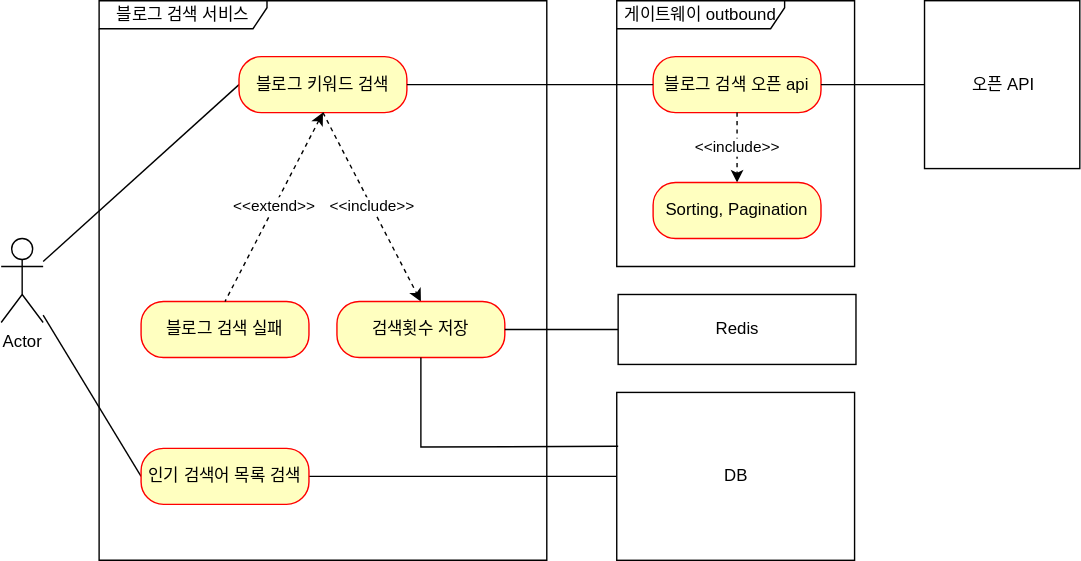
Before: blog-search-service.svg, a diagram exported from draw.io (ChangwookYang/blog-search-service). Source tidied: cells renumbered, new cells last; positions are measured from the earlier drawing's top-left corner, leaving out a move shared by most shapes.
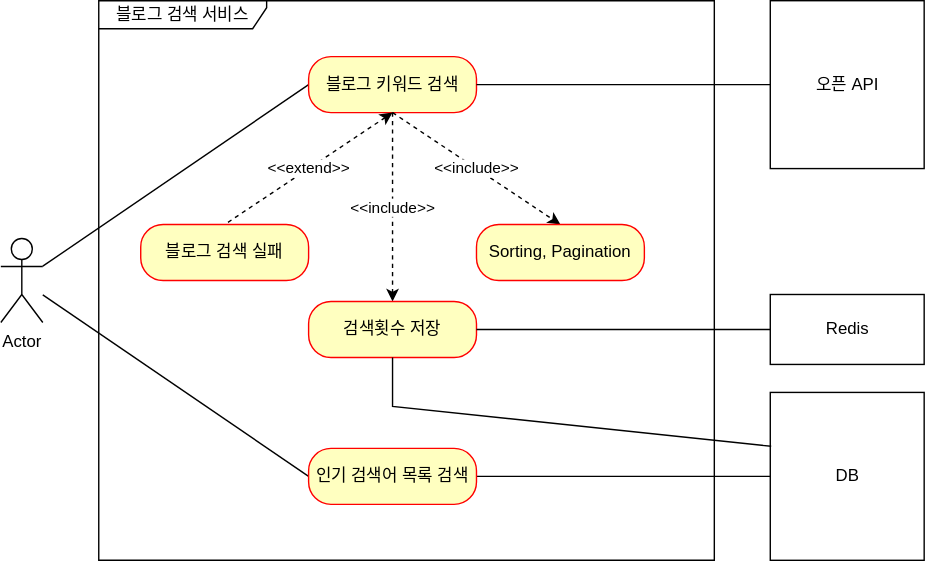
Later version of the same file.

Commit message:
#2 - 블로그 검색 서비스 use case 수정

Change to the diagram source:
```diff
@@ -9,66 +9,57 @@
       <mxGeometry y="170" width="30" height="60" as="geometry" />
     </mxCell>
     <mxCell id="4" value="블로그 검색 서비스" style="shape=umlFrame;whiteSpace=wrap;html=1;width=120;height=20;" parent="1" vertex="1">
-      <mxGeometry x="70" width="320" height="400" as="geometry" />
+      <mxGeometry x="70" width="440" height="400" as="geometry" />
     </mxCell>
     <mxCell id="5" style="edgeStyle=none;rounded=0;jettySize=auto;html=1;endArrow=none;endFill=0;entryX=0;entryY=0.5;entryDx=0;entryDy=0;" parent="1" edge="1" source="3" target="8">
       <mxGeometry relative="1" as="geometry" />
     </mxCell>
     <mxCell id="6" value="블로그 키워드 검색" style="rounded=1;whiteSpace=wrap;html=1;arcSize=40;fontColor=#000000;fillColor=#ffffc0;strokeColor=#ff0000;" parent="1" vertex="1">
-      <mxGeometry x="170" y="40" width="120" height="40" as="geometry" />
+      <mxGeometry x="220" y="40" width="120" height="40" as="geometry" />
     </mxCell>
     <mxCell id="7" style="edgeStyle=none;rounded=0;jettySize=auto;html=1;entryX=0;entryY=0.5;entryDx=0;entryDy=0;startArrow=none;startFill=0;endArrow=none;endFill=0;" parent="1" edge="1" source="8" target="12">
       <mxGeometry relative="1" as="geometry" />
     </mxCell>
     <mxCell id="8" value="인기 검색어 목록 검색" style="rounded=1;whiteSpace=wrap;html=1;arcSize=40;fontColor=#000000;fillColor=#ffffc0;strokeColor=#ff0000;" parent="1" vertex="1">
-      <mxGeometry x="100" y="320" width="120" height="40" as="geometry" />
+      <mxGeometry x="220" y="320" width="120" height="40" as="geometry" />
     </mxCell>
     <mxCell id="9" value="블로그 검색 실패" style="rounded=1;whiteSpace=wrap;html=1;arcSize=40;fontColor=#000000;fillColor=#ffffc0;strokeColor=#ff0000;" parent="1" vertex="1">
-      <mxGeometry x="100" y="215" width="120" height="40" as="geometry" />
+      <mxGeometry x="100" y="160" width="120" height="40" as="geometry" />
     </mxCell>
     <mxCell id="10" value="&amp;lt;&amp;lt;extend&amp;gt;&amp;gt;" style="edgeStyle=none;rounded=0;jettySize=auto;html=1;entryX=0.5;entryY=0;entryDx=0;entryDy=0;endArrow=none;endFill=0;exitX=0.5;exitY=1;exitDx=0;exitDy=0;dashed=1;startArrow=classic;startFill=1;" parent="1" edge="1" source="6" target="9">
       <mxGeometry relative="1" as="geometry" />
     </mxCell>
-    <mxCell id="11" value="블로그 검색 오픈 api" style="rounded=1;whiteSpace=wrap;html=1;arcSize=40;fontColor=#000000;fillColor=#ffffc0;strokeColor=#ff0000;" parent="1" vertex="1">
-      <mxGeometry x="466" y="40" width="120" height="40" as="geometry" />
-    </mxCell>
     <mxCell id="12" value="DB" style="html=1;dashed=0;whitespace=wrap;" parent="1" vertex="1">
-      <mxGeometry x="440" y="280" width="170" height="120" as="geometry" />
+      <mxGeometry x="550" y="280" width="110" height="120" as="geometry" />
     </mxCell>
-    <mxCell id="13" value="게이트웨이 outbound" style="shape=umlFrame;whiteSpace=wrap;html=1;width=120;height=20;" parent="1" vertex="1">
-      <mxGeometry x="440" width="170" height="190" as="geometry" />
-    </mxCell>
-    <mxCell id="14" value="&amp;lt;&amp;lt;include&amp;gt;&amp;gt;" style="edgeStyle=none;rounded=0;jettySize=auto;html=1;entryX=0.5;entryY=0;entryDx=0;entryDy=0;endArrow=classic;endFill=1;dashed=1;exitX=0.5;exitY=1;exitDx=0;exitDy=0;" parent="1" edge="1" source="11" target="15">
+    <mxCell id="14" value="&amp;lt;&amp;lt;include&amp;gt;&amp;gt;" style="edgeStyle=none;rounded=0;jettySize=auto;html=1;entryX=0.5;entryY=0;entryDx=0;entryDy=0;endArrow=classic;endFill=1;dashed=1;exitX=0.5;exitY=1;exitDx=0;exitDy=0;" parent="1" edge="1" source="6" target="15">
       <mxGeometry relative="1" as="geometry" />
     </mxCell>
     <mxCell id="15" value="Sorting, Pagination" style="rounded=1;whiteSpace=wrap;html=1;arcSize=40;fontColor=#000000;fillColor=#ffffc0;strokeColor=#ff0000;" parent="1" vertex="1">
-      <mxGeometry x="466" y="130" width="120" height="40" as="geometry" />
+      <mxGeometry x="340" y="160" width="120" height="40" as="geometry" />
     </mxCell>
     <mxCell id="16" value="&amp;lt;&amp;lt;include&amp;gt;&amp;gt;" style="edgeStyle=none;rounded=0;jettySize=auto;html=1;endArrow=classic;endFill=1;exitX=0.5;exitY=1;exitDx=0;exitDy=0;dashed=1;entryX=0.5;entryY=0;entryDx=0;entryDy=0;" parent="1" edge="1" source="6" target="17">
       <mxGeometry relative="1" as="geometry" />
     </mxCell>
     <mxCell id="17" value="검색횟수 저장" style="rounded=1;whiteSpace=wrap;html=1;arcSize=40;fontColor=#000000;fillColor=#ffffc0;strokeColor=#ff0000;" parent="1" vertex="1">
-      <mxGeometry x="240" y="215" width="120" height="40" as="geometry" />
+      <mxGeometry x="220" y="215" width="120" height="40" as="geometry" />
     </mxCell>
-    <mxCell id="18" style="rounded=0;jettySize=auto;html=1;endArrow=none;endFill=0;entryX=0;entryY=0.5;entryDx=0;entryDy=0;exitX=1;exitY=0.5;exitDx=0;exitDy=0;" parent="1" edge="1" source="6" target="11">
+    <mxCell id="18" style="rounded=0;jettySize=auto;html=1;endArrow=none;endFill=0;exitX=1;exitY=0.5;exitDx=0;exitDy=0;entryX=0;entryY=0.5;entryDx=0;entryDy=0;" parent="1" edge="1" source="6" target="20">
       <mxGeometry relative="1" as="geometry" />
     </mxCell>
     <mxCell id="19" style="rounded=0;jettySize=auto;html=1;endArrow=none;endFill=0;entryX=1;entryY=0.5;entryDx=0;entryDy=0;exitX=0;exitY=0.5;exitDx=0;exitDy=0;" parent="1" edge="1" source="22" target="17">
       <mxGeometry relative="1" as="geometry" />
     </mxCell>
     <mxCell id="20" value="오픈 API" style="html=1;dashed=0;whitespace=wrap;" parent="1" vertex="1">
-      <mxGeometry x="660" width="111" height="120" as="geometry" />
+      <mxGeometry x="550" width="110" height="120" as="geometry" />
     </mxCell>
-    <mxCell id="21" style="rounded=0;jettySize=auto;html=1;endArrow=none;endFill=0;entryX=0;entryY=0.5;entryDx=0;entryDy=0;exitX=1;exitY=0.5;exitDx=0;exitDy=0;" parent="1" edge="1" source="11" target="20">
-      <mxGeometry relative="1" as="geometry" />
-    </mxCell>
     <mxCell id="22" value="Redis" style="html=1;dashed=0;whitespace=wrap;" parent="1" vertex="1">
-      <mxGeometry x="441" y="210" width="170" height="50" as="geometry" />
+      <mxGeometry x="550" y="210" width="110" height="50" as="geometry" />
     </mxCell>
     <mxCell id="23" style="edgeStyle=none;rounded=0;jettySize=auto;html=1;entryX=0.006;entryY=0.321;entryDx=0;entryDy=0;startArrow=none;startFill=0;endArrow=none;endFill=0;entryPerimeter=0;exitX=0.5;exitY=1;exitDx=0;exitDy=0;" parent="1" edge="1" source="17" target="12">
       <mxGeometry relative="1" as="geometry">
         <Array as="points">
-          <mxPoint x="300" y="319" />
+          <mxPoint x="280" y="290" />
         </Array>
       </mxGeometry>
     </mxCell>
```
